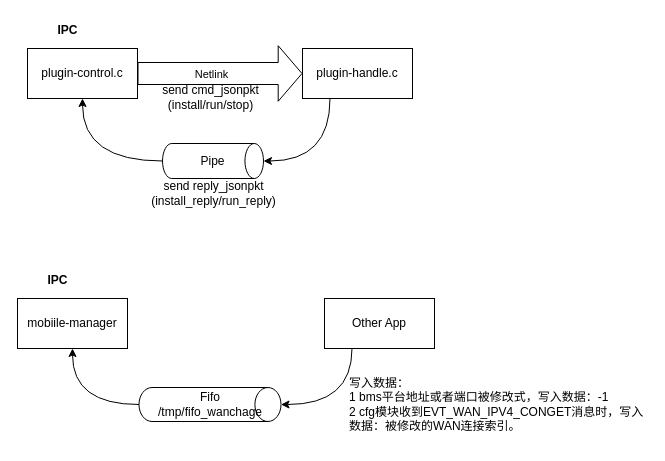
This is page "ipc" (3 of 4) of gw-mtk/mobile_manager.drawio from waterwatermelon/graph, a draw.io file, before an edit. Source tidied: cells renumbered, new cells numbered last; positions are measured from the earlier drawing's top-left corner, leaving out a move shared by most shapes. Both pictures are drawn from the tidied source at 100%, with x=0, y=0 at pixel (17, 17).
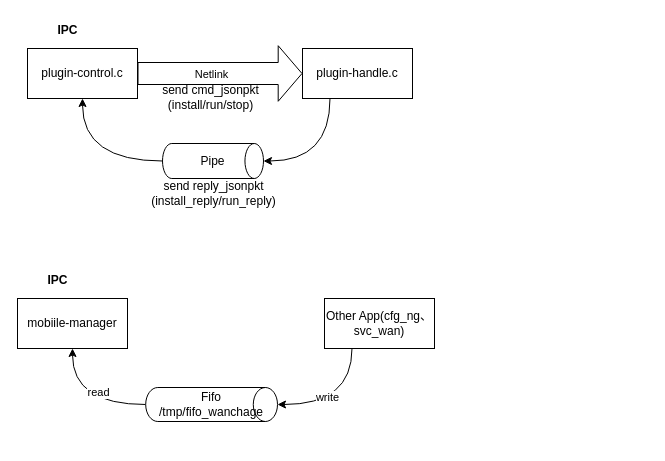
The same diagram, later.

The change refers to these unchanged cells:
```xml
<mxCell id="13" style="edgeStyle=orthogonalEdgeStyle;rounded=0;jettySize=auto;html=1;exitX=0.25;exitY=1;exitDx=0;exitDy=0;entryX=1;entryY=0.5;entryDx=0;entryDy=0;curved=1;entryPerimeter=0;" parent="1" edge="1" source="14" target="16">
  <mxGeometry relative="1" as="geometry" />
</mxCell>
<mxCell id="15" style="edgeStyle=orthogonalEdgeStyle;rounded=0;jettySize=auto;html=1;exitX=0;exitY=0.5;exitDx=0;exitDy=0;exitPerimeter=0;entryX=0.5;entryY=1;entryDx=0;entryDy=0;curved=1;" parent="1" edge="1" source="16" target="12">
  <mxGeometry relative="1" as="geometry" />
</mxCell>
```

The edit, as a diff of the source:
```diff
@@
+    <mxCell id="19" value="write" style="edgeLabel;html=1;align=center;verticalAlign=middle;" parent="13" vertex="1">
+      <mxGeometry x="0.25" y="-8" relative="1" as="geometry">
+        <mxPoint x="1" as="offset" />
+      </mxGeometry>
+    </mxCell>
-    <mxCell id="14" value="Other App" style="html=1;whiteSpace=wrap;" parent="1" vertex="1">
+    <mxCell id="14" value="Other App(cfg_ng、svc_wan)" style="html=1;whiteSpace=wrap;" parent="1" vertex="1">
       <mxGeometry x="307" y="281" width="110" height="50" as="geometry" />
     </mxCell>
@@
+    <mxCell id="20" value="read" style="edgeLabel;html=1;align=center;verticalAlign=middle;" parent="15" vertex="1">
+      <mxGeometry x="-0.24" y="-13" relative="1" as="geometry">
+        <mxPoint x="1" as="offset" />
+      </mxGeometry>
+    </mxCell>
-    <mxCell id="16" value="Fifo&lt;br&gt;/tmp/fifo_wanchage" style="strokeWidth=1;html=1;shape=mxgraph.flowchart.direct_data;whiteSpace=wrap;" parent="1" vertex="1">
-      <mxGeometry x="121.5" y="370" width="142" height="34" as="geometry" />
+    <mxCell id="16" value="Fifo&lt;br&gt;/tmp/fifo_wanchage" style="strokeWidth=1;html=1;shape=mxgraph.flowchart.direct_data;whiteSpace=wrap;points=[[0.02,0.5,0,0,0],[0.08,0,0,0,0],[0.08,1,0,0,0],[0.5,0,0,0,0],[0.5,1,0,0,0],[0.91,0,0,0,0],[0.91,1,0,0,0],[0.98,0.5,0,0,0]];" parent="1" vertex="1">
+      <mxGeometry x="128.2" y="370" width="131.8" height="34" as="geometry" />
     </mxCell>
@@
-    <mxCell id="18" value="写入数据：&lt;br&gt;1 bms平台地址或者端口被修改式，写入数据：-1&lt;br&gt;2 cfg模块收到EVT_WAN_IPV4_CONGET消息时，写入数据：被修改的WAN连接索引。" style="text;html=1;strokeColor=none;fillColor=none;align=left;verticalAlign=middle;whiteSpace=wrap;rounded=0;" parent="1" vertex="1">
-      <mxGeometry x="330" y="347" width="300" height="80" as="geometry" />
-    </mxCell>
```
